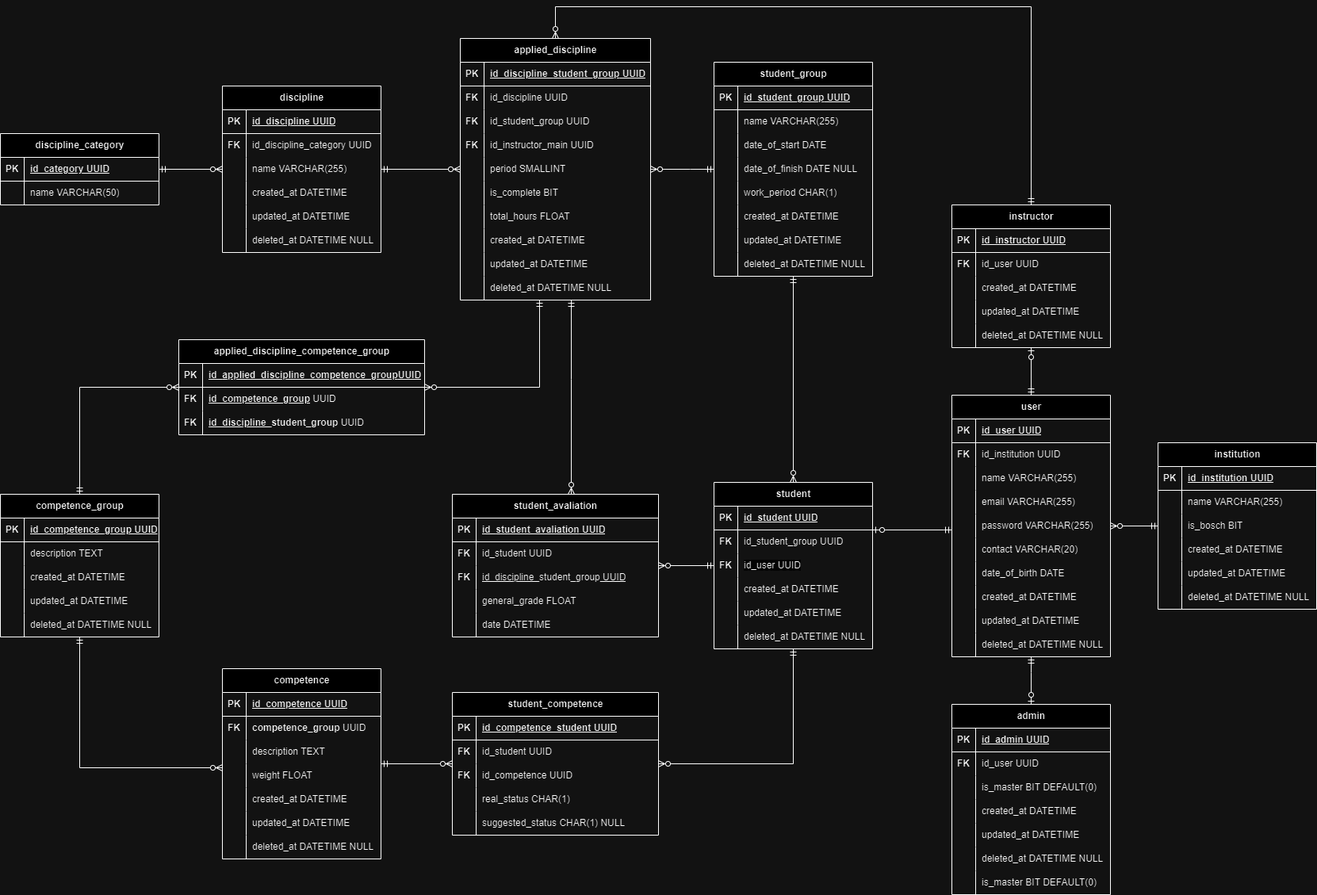
The draw.io diagram docs/Databse/ETSystemDB.drawio.png in AndreLuisPLuz/ETSystemBack, before a commit. Source tidied: cells renumbered, new cells last; positions are measured from the earlier drawing's top-left corner, leaving out a move shared by most shapes.
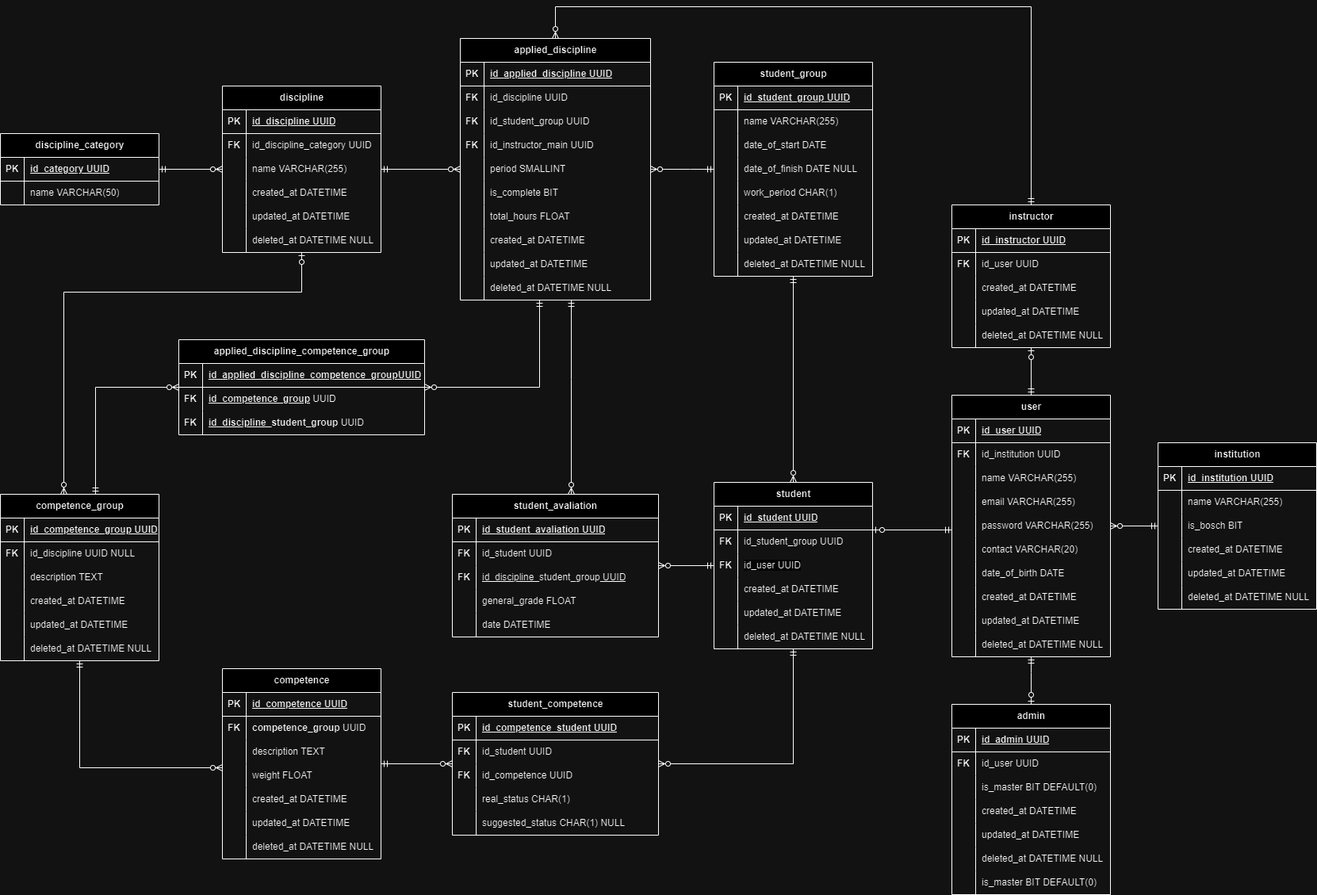
The same file after the commit.

What changed in the source:
```diff
@@ -539,7 +539,7 @@
     <mxCell id="172" value="PK" style="shape=partialRectangle;fillColor=none;top=0;left=0;bottom=0;right=0;fontStyle=1;overflow=hidden;whiteSpace=wrap;html=1;" parent="171" vertex="1">
       <mxGeometry width="30" height="30" as="geometry" />
     </mxCell>
-    <mxCell id="173" value="id_discipline_&lt;span style=&quot;text-align: center; text-wrap: nowrap;&quot;&gt;student_group&lt;/span&gt;&amp;nbsp;UUID" style="shape=partialRectangle;fillColor=none;top=0;left=0;bottom=0;right=0;align=left;spacingLeft=6;fontStyle=5;overflow=hidden;whiteSpace=wrap;html=1;" parent="171" vertex="1">
+    <mxCell id="173" value="id_&lt;span style=&quot;text-align: center; text-wrap: nowrap;&quot;&gt;applied_discipline&lt;/span&gt;&amp;nbsp;UUID" style="shape=partialRectangle;fillColor=none;top=0;left=0;bottom=0;right=0;align=left;spacingLeft=6;fontStyle=5;overflow=hidden;whiteSpace=wrap;html=1;" parent="171" vertex="1">
       <mxGeometry x="30" width="210" height="30" as="geometry" />
     </mxCell>
     <mxCell id="174" style="shape=tableRow;horizontal=0;startSize=0;swimlaneHead=0;swimlaneBody=0;fillColor=none;top=0;left=0;right=0;bottom=0;" parent="170" vertex="1">
@@ -633,12 +633,20 @@
     <mxCell id="202" style="edgeStyle=orthogonalEdgeStyle;rounded=0;jettySize=auto;html=1;endArrow=ERzeroToMany;endFill=0;startArrow=ERmandOne;startFill=0;" parent="1" edge="1" source="203" target="259">
       <mxGeometry relative="1" as="geometry">
         <Array as="points">
-          <mxPoint x="100" y="480" />
+          <mxPoint x="120" y="480" />
         </Array>
       </mxGeometry>
     </mxCell>
+    <mxCell id="287" style="edgeStyle=orthogonalEdgeStyle;rounded=0;jettySize=auto;html=1;endArrow=ERzeroToOne;endFill=0;startArrow=ERzeroToMany;startFill=0;" parent="1" edge="1" source="203" target="149">
+      <mxGeometry relative="1" as="geometry">
+        <Array as="points">
+          <mxPoint x="80" y="360" />
+          <mxPoint x="380" y="360" />
+        </Array>
+      </mxGeometry>
+    </mxCell>
     <mxCell id="203" value="competence_group" style="shape=table;startSize=30;rowLines=0;fontStyle=1;align=center;html=1;" parent="1" vertex="1">
-      <mxGeometry y="615" width="200" height="180" as="geometry" />
+      <mxGeometry y="615" width="200" height="210" as="geometry" />
     </mxCell>
     <mxCell id="204" style="shape=tableRow;horizontal=0;startSize=0;swimlaneHead=0;swimlaneBody=0;fillColor=none;top=0;left=0;right=0;bottom=1;" parent="203" vertex="1">
       <mxGeometry y="30" width="200" height="30" as="geometry" />
@@ -649,8 +657,17 @@
     <mxCell id="206" value="id_competence_group&amp;nbsp;UUID" style="shape=partialRectangle;fillColor=none;top=0;left=0;bottom=0;right=0;align=left;spacingLeft=6;fontStyle=5;overflow=hidden;whiteSpace=wrap;html=1;" parent="204" vertex="1">
       <mxGeometry x="30" width="170" height="30" as="geometry" />
     </mxCell>
+    <mxCell id="288" style="shape=tableRow;horizontal=0;startSize=0;swimlaneHead=0;swimlaneBody=0;fillColor=none;top=0;left=0;right=0;bottom=0;" parent="203" vertex="1">
+      <mxGeometry y="60" width="200" height="30" as="geometry" />
+    </mxCell>
+    <mxCell id="289" value="&lt;b&gt;FK&lt;/b&gt;" style="shape=partialRectangle;fillColor=none;top=0;left=0;bottom=0;right=0;overflow=hidden;whiteSpace=wrap;html=1;" parent="288" vertex="1">
+      <mxGeometry width="30" height="30" as="geometry" />
+    </mxCell>
+    <mxCell id="290" value="id_discipline UUID NULL" style="shape=partialRectangle;fillColor=none;top=0;left=0;bottom=0;right=0;align=left;spacingLeft=6;overflow=hidden;whiteSpace=wrap;html=1;" parent="288" vertex="1">
+      <mxGeometry x="30" width="170" height="30" as="geometry" />
+    </mxCell>
     <mxCell id="207" style="shape=tableRow;horizontal=0;startSize=0;swimlaneHead=0;swimlaneBody=0;fillColor=none;top=0;left=0;right=0;bottom=0;" parent="203" vertex="1">
-      <mxGeometry y="60" width="200" height="30" as="geometry" />
+      <mxGeometry y="90" width="200" height="30" as="geometry" />
     </mxCell>
     <mxCell id="208" style="shape=partialRectangle;fillColor=none;top=0;left=0;bottom=0;right=0;overflow=hidden;whiteSpace=wrap;html=1;" parent="207" vertex="1">
       <mxGeometry width="30" height="30" as="geometry" />
@@ -659,7 +676,7 @@
       <mxGeometry x="30" width="170" height="30" as="geometry" />
     </mxCell>
     <mxCell id="210" style="shape=tableRow;horizontal=0;startSize=0;swimlaneHead=0;swimlaneBody=0;fillColor=none;top=0;left=0;right=0;bottom=0;" parent="203" vertex="1">
-      <mxGeometry y="90" width="200" height="30" as="geometry" />
+      <mxGeometry y="120" width="200" height="30" as="geometry" />
     </mxCell>
     <mxCell id="211" style="shape=partialRectangle;fillColor=none;top=0;left=0;bottom=0;right=0;overflow=hidden;whiteSpace=wrap;html=1;" parent="210" vertex="1">
       <mxGeometry width="30" height="30" as="geometry" />
@@ -668,7 +685,7 @@
       <mxGeometry x="30" width="170" height="30" as="geometry" />
     </mxCell>
     <mxCell id="213" style="shape=tableRow;horizontal=0;startSize=0;swimlaneHead=0;swimlaneBody=0;fillColor=none;top=0;left=0;right=0;bottom=0;" parent="203" vertex="1">
-      <mxGeometry y="120" width="200" height="30" as="geometry" />
+      <mxGeometry y="150" width="200" height="30" as="geometry" />
     </mxCell>
     <mxCell id="214" style="shape=partialRectangle;fillColor=none;top=0;left=0;bottom=0;right=0;overflow=hidden;whiteSpace=wrap;html=1;" parent="213" vertex="1">
       <mxGeometry width="30" height="30" as="geometry" />
@@ -677,7 +694,7 @@
       <mxGeometry x="30" width="170" height="30" as="geometry" />
     </mxCell>
     <mxCell id="216" style="shape=tableRow;horizontal=0;startSize=0;swimlaneHead=0;swimlaneBody=0;fillColor=none;top=0;left=0;right=0;bottom=0;" parent="203" vertex="1">
-      <mxGeometry y="150" width="200" height="30" as="geometry" />
+      <mxGeometry y="180" width="200" height="30" as="geometry" />
     </mxCell>
     <mxCell id="217" style="shape=partialRectangle;fillColor=none;top=0;left=0;bottom=0;right=0;overflow=hidden;whiteSpace=wrap;html=1;" parent="216" vertex="1">
       <mxGeometry width="30" height="30" as="geometry" />
```
